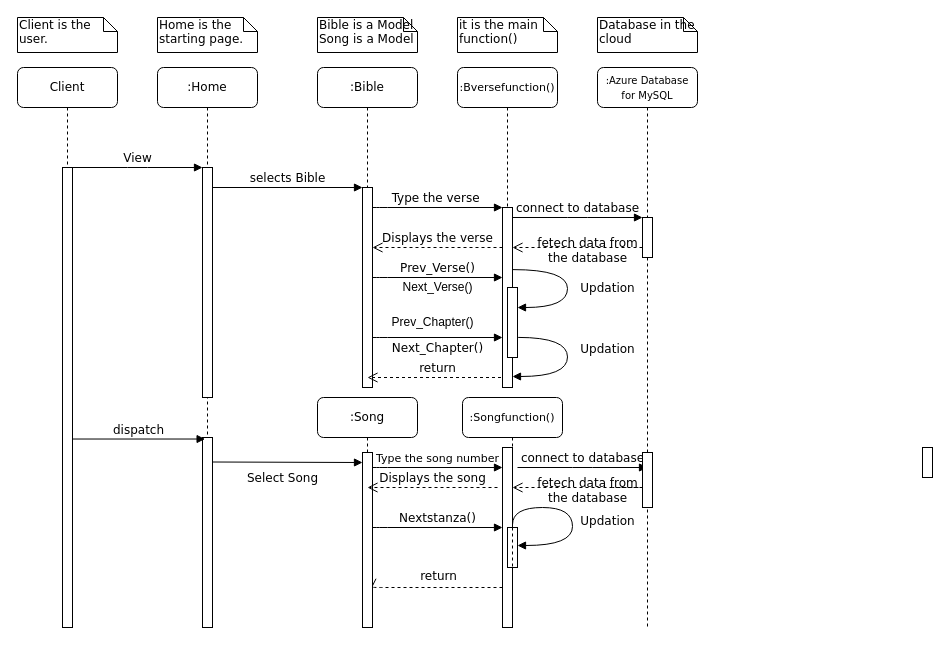
Earlier version of the draw.io diagram Sequence.drawio (chrispaul07/Sac-3.0-prototype). Source tidied: cells renumbered, new cells numbered last; positions are measured from the earlier drawing's top-left corner, leaving out a move shared by most shapes. Both pictures are drawn from the tidied source at 100%, with x=0, y=0 at pixel (17, 17).
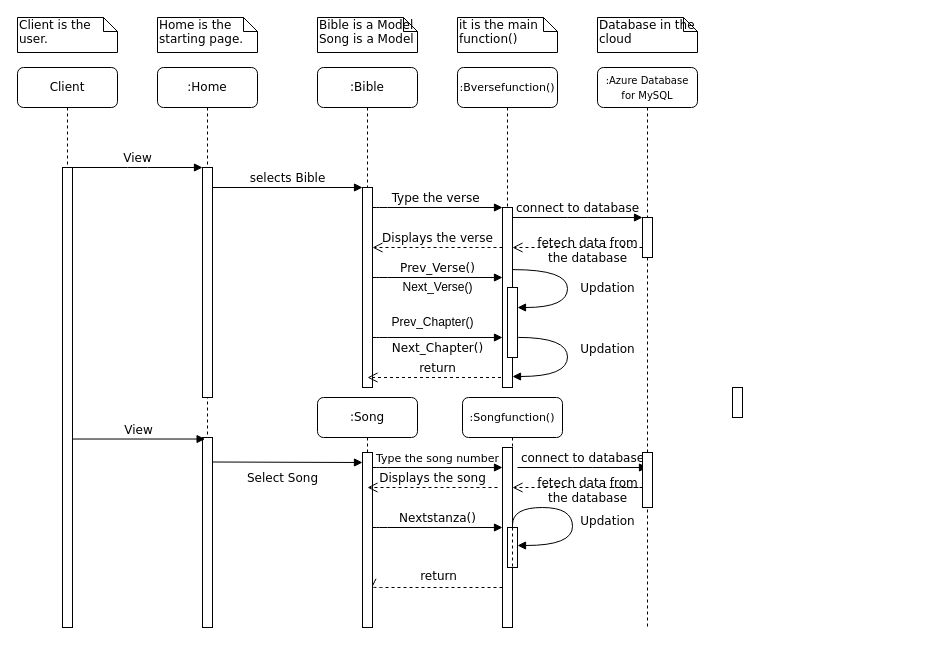
Above is the later version.

The change refers to these unchanged cells:
```xml
<mxCell id="4" style="html=1;points=[];perimeter=orthogonalPerimeter;rounded=0;shadow=0;comic=0;labelBackgroundColor=none;strokeWidth=1;fontFamily=Verdana;fontSize=12;align=center;" parent="2" vertex="1">
  <mxGeometry x="45" y="370" width="10" height="190" as="geometry" />
</mxCell>
<mxCell id="13" style="html=1;points=[];perimeter=orthogonalPerimeter;rounded=0;shadow=0;comic=0;labelBackgroundColor=none;strokeWidth=1;fontFamily=Verdana;fontSize=12;align=center;" parent="12" vertex="1">
  <mxGeometry x="45" y="100" width="10" height="460" as="geometry" />
</mxCell>
```

The edit, as a diff of the source:
```diff
@@
-    <mxCell id="20" value="dispatch" style="html=1;verticalAlign=bottom;endArrow=block;entryX=0.26;entryY=0.008;labelBackgroundColor=none;fontFamily=Verdana;fontSize=12;entryDx=0;entryDy=0;entryPerimeter=0;" parent="1" edge="1" source="13" target="4">
+    <mxCell id="20" value="View" style="html=1;verticalAlign=bottom;endArrow=block;entryX=0.26;entryY=0.008;labelBackgroundColor=none;fontFamily=Verdana;fontSize=12;entryDx=0;entryDy=0;entryPerimeter=0;" parent="1" edge="1" source="13" target="4">
       <mxGeometry relative="1" as="geometry" />
     </mxCell>
     <mxCell id="21" style="html=1;perimeter=orthogonalPerimeter;rounded=0;shadow=0;comic=0;labelBackgroundColor=none;strokeColor=#000000;strokeWidth=1;fillColor=#FFFFFF;fontFamily=Verdana;fontSize=12;fontColor=#000000;align=center;" parent="1" vertex="1">
-      <mxGeometry x="905" y="430" width="10" height="30" as="geometry" />
+      <mxGeometry x="715" y="370" width="10" height="30" as="geometry" />
     </mxCell>
```
